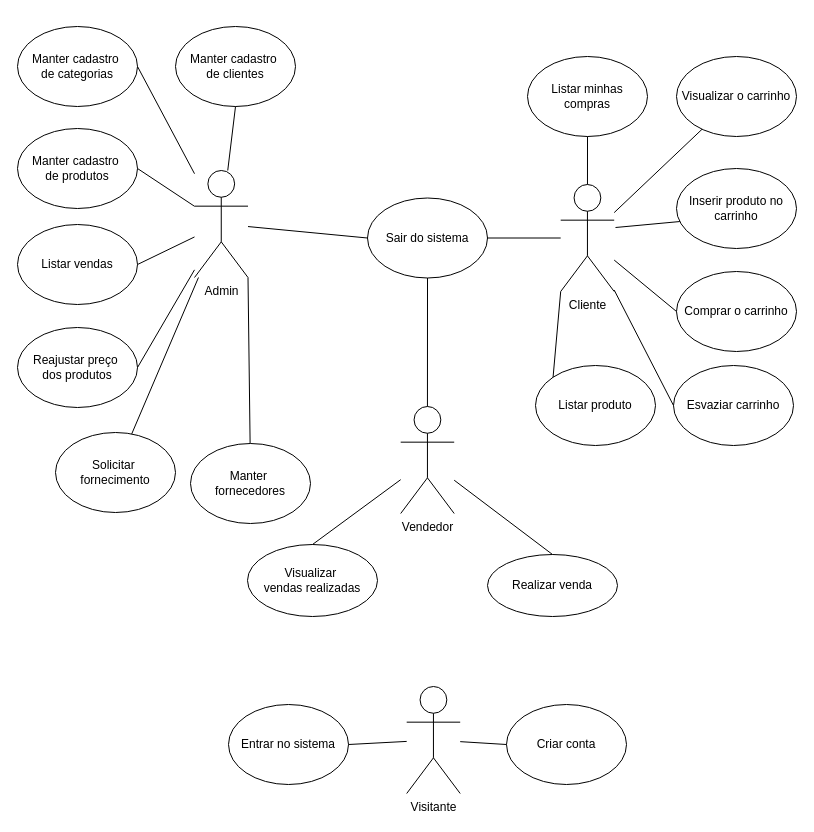
Earlier version of the draw.io diagram diagramas/Diagrama de casos de uso - comercio eletronico.drawio (devwenderson/tads-poo). Source tidied: cells renumbered, new cells numbered last; positions are measured from the earlier drawing's top-left corner, leaving out a move shared by most shapes. Both pictures are drawn from the tidied source at 100%, with x=0, y=0 at pixel (17, 26).
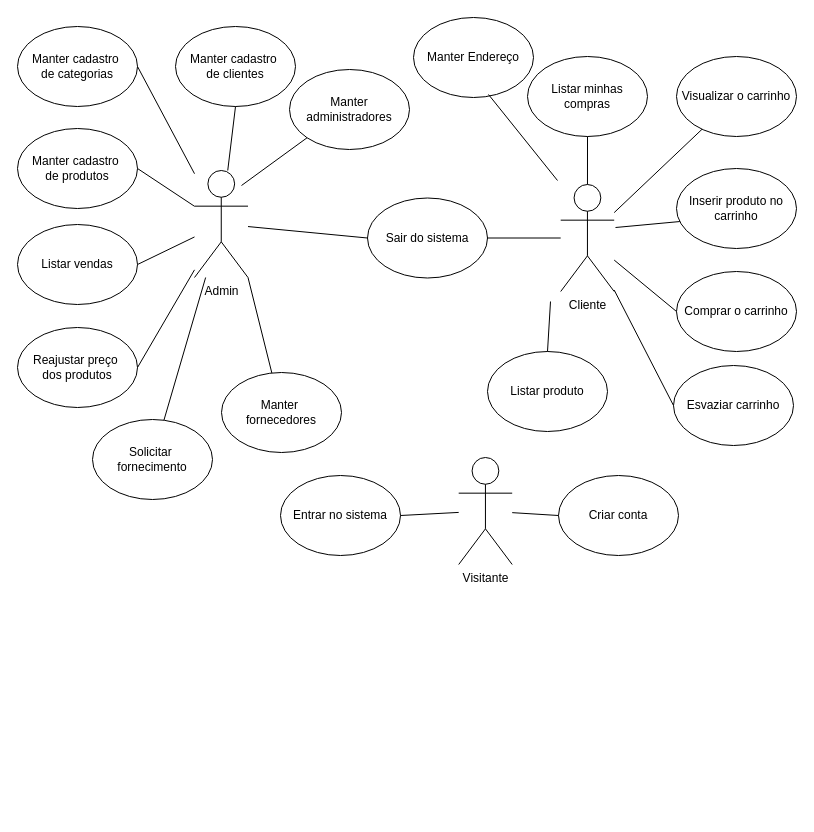
After the change.

Commit message (it also covers changes not shown here):
atualiza diagramas

The change refers to these unchanged cells:
```xml
<mxCell id="3" value="Cliente" style="shape=umlActor;verticalLabelPosition=bottom;verticalAlign=top;html=1;outlineConnect=0;" parent="1" vertex="1">
  <mxGeometry x="543.2" y="158" width="53.5" height="107" as="geometry" />
</mxCell>
<mxCell id="7" value="Sair do sistema" style="ellipse;whiteSpace=wrap;html=1;" parent="1" vertex="1">
  <mxGeometry x="350" y="171.5" width="120" height="80" as="geometry" />
</mxCell>
<mxCell id="9" value="Inserir produto no carrinho" style="ellipse;whiteSpace=wrap;html=1;" parent="1" vertex="1">
  <mxGeometry x="659" y="142" width="120" height="80" as="geometry" />
</mxCell>
```

The edit, as a diff of the source:
```diff
@@
     <mxCell id="4" value="Visitante" style="shape=umlActor;verticalLabelPosition=bottom;verticalAlign=top;html=1;outlineConnect=0;" parent="1" vertex="1">
-      <mxGeometry x="389.2" y="660" width="53.5" height="107" as="geometry" />
+      <mxGeometry x="441.2" y="431" width="53.5" height="107" as="geometry" />
     </mxCell>
     <mxCell id="5" value="Criar conta" style="ellipse;whiteSpace=wrap;html=1;" parent="1" vertex="1">
-      <mxGeometry x="489" y="678" width="120" height="80" as="geometry" />
+      <mxGeometry x="541" y="449" width="120" height="80" as="geometry" />
     </mxCell>
     <mxCell id="6" value="Entrar no sistema" style="ellipse;whiteSpace=wrap;html=1;" parent="1" vertex="1">
-      <mxGeometry x="211" y="678" width="120" height="80" as="geometry" />
+      <mxGeometry x="263" y="449" width="120" height="80" as="geometry" />
     </mxCell>
@@
     <mxCell id="10" value="Listar produto" style="ellipse;whiteSpace=wrap;html=1;" parent="1" vertex="1">
-      <mxGeometry x="518" y="339" width="120" height="80" as="geometry" />
+      <mxGeometry x="470" y="325" width="120" height="80" as="geometry" />
     </mxCell>
@@
-    <mxCell id="28" style="endArrow=none;html=1;rounded=0;exitX=0.028;exitY=0.663;exitDx=0;exitDy=0;exitPerimeter=0;" parent="1" edge="1" source="9">
-      <mxGeometry relative="1" as="geometry">
-        <mxPoint x="598" y="201" as="targetPoint" />
-      </mxGeometry>
-    </mxCell>
+    <mxCell id="44" style="endArrow=none;html=1;rounded=0;exitX=0.028;exitY=0.663;exitDx=0;exitDy=0;exitPerimeter=0;" parent="1" edge="1" source="9">
+      <mxGeometry relative="1" as="geometry">
+        <mxPoint x="598" y="201" as="targetPoint" />
+      </mxGeometry>
+    </mxCell>
@@
-    <mxCell id="31" style="endArrow=none;html=1;rounded=0;exitX=0;exitY=0;exitDx=0;exitDy=0;entryX=0;entryY=1;entryDx=0;entryDy=0;entryPerimeter=0;" parent="1" edge="1" source="10" target="3">
-      <mxGeometry relative="1" as="geometry" />
-    </mxCell>
+    <mxCell id="45" style="endArrow=none;html=1;rounded=0;exitX=0.5;exitY=0;exitDx=0;exitDy=0;" parent="1" edge="1" source="10">
+      <mxGeometry relative="1" as="geometry">
+        <mxPoint x="533" y="275" as="targetPoint" />
+      </mxGeometry>
+    </mxCell>
@@
-    <mxCell id="34" value="Vendedor" style="shape=umlActor;verticalLabelPosition=bottom;verticalAlign=top;html=1;outlineConnect=0;" parent="1" vertex="1">
-      <mxGeometry x="383.2" y="380" width="53.5" height="107" as="geometry" />
-    </mxCell>
     <mxCell id="35" value="Solicitar&amp;nbsp;&lt;div&gt;fornecimento&lt;/div&gt;" style="ellipse;whiteSpace=wrap;html=1;" parent="1" vertex="1">
-      <mxGeometry x="38" y="406" width="120" height="80" as="geometry" />
+      <mxGeometry x="75" y="393" width="120" height="80" as="geometry" />
     </mxCell>
@@
     <mxCell id="37" value="Manter&amp;nbsp;&lt;div&gt;fornecedores&lt;/div&gt;" style="ellipse;whiteSpace=wrap;html=1;" parent="1" vertex="1">
-      <mxGeometry x="173" y="417" width="120" height="80" as="geometry" />
+      <mxGeometry x="204" y="346" width="120" height="80" as="geometry" />
     </mxCell>
@@
-    <mxCell id="39" value="Realizar&amp;nbsp;&lt;span style=&quot;background-color: transparent; color: light-dark(rgb(0, 0, 0), rgb(255, 255, 255));&quot;&gt;venda&lt;/span&gt;" style="ellipse;whiteSpace=wrap;html=1;" parent="1" vertex="1">
-      <mxGeometry x="470" y="528" width="130" height="62" as="geometry" />
-    </mxCell>
-    <mxCell id="40" style="endArrow=none;html=1;rounded=0;entryX=0.5;entryY=0;entryDx=0;entryDy=0;entryPerimeter=0;exitX=0.5;exitY=1;exitDx=0;exitDy=0;" parent="1" edge="1" source="7" target="34">
-      <mxGeometry relative="1" as="geometry" />
-    </mxCell>
-    <mxCell id="41" style="endArrow=none;html=1;rounded=0;entryX=0.5;entryY=0;entryDx=0;entryDy=0;" parent="1" edge="1" source="34" target="39">
-      <mxGeometry relative="1" as="geometry" />
-    </mxCell>
-    <mxCell id="42" value="Visualizar&amp;nbsp;&lt;div&gt;vendas realizadas&lt;/div&gt;" style="ellipse;whiteSpace=wrap;html=1;" parent="1" vertex="1">
-      <mxGeometry x="230" y="518" width="130" height="72" as="geometry" />
-    </mxCell>
-    <mxCell id="43" style="endArrow=none;html=1;rounded=0;entryX=0.5;entryY=0;entryDx=0;entryDy=0;" parent="1" edge="1" source="34" target="42">
-      <mxGeometry relative="1" as="geometry" />
-    </mxCell>
+    <mxCell id="46" value="Manter administradores" style="ellipse;whiteSpace=wrap;html=1;" parent="1" vertex="1">
+      <mxGeometry x="272" y="43" width="120" height="80" as="geometry" />
+    </mxCell>
+    <mxCell id="47" style="endArrow=none;html=1;rounded=0;entryX=0;entryY=1;entryDx=0;entryDy=0;" parent="1" edge="1" target="46">
+      <mxGeometry relative="1" as="geometry">
+        <mxPoint x="224" y="159" as="sourcePoint" />
+      </mxGeometry>
+    </mxCell>
+    <mxCell id="48" value="Manter Endereço" style="ellipse;whiteSpace=wrap;html=1;" parent="1" vertex="1">
+      <mxGeometry x="396" y="-9" width="120" height="80" as="geometry" />
+    </mxCell>
+    <mxCell id="49" style="endArrow=none;html=1;rounded=0;" parent="1" edge="1">
+      <mxGeometry relative="1" as="geometry">
+        <mxPoint x="471" y="68" as="sourcePoint" />
+        <mxPoint x="540" y="154" as="targetPoint" />
+      </mxGeometry>
+    </mxCell>
```
